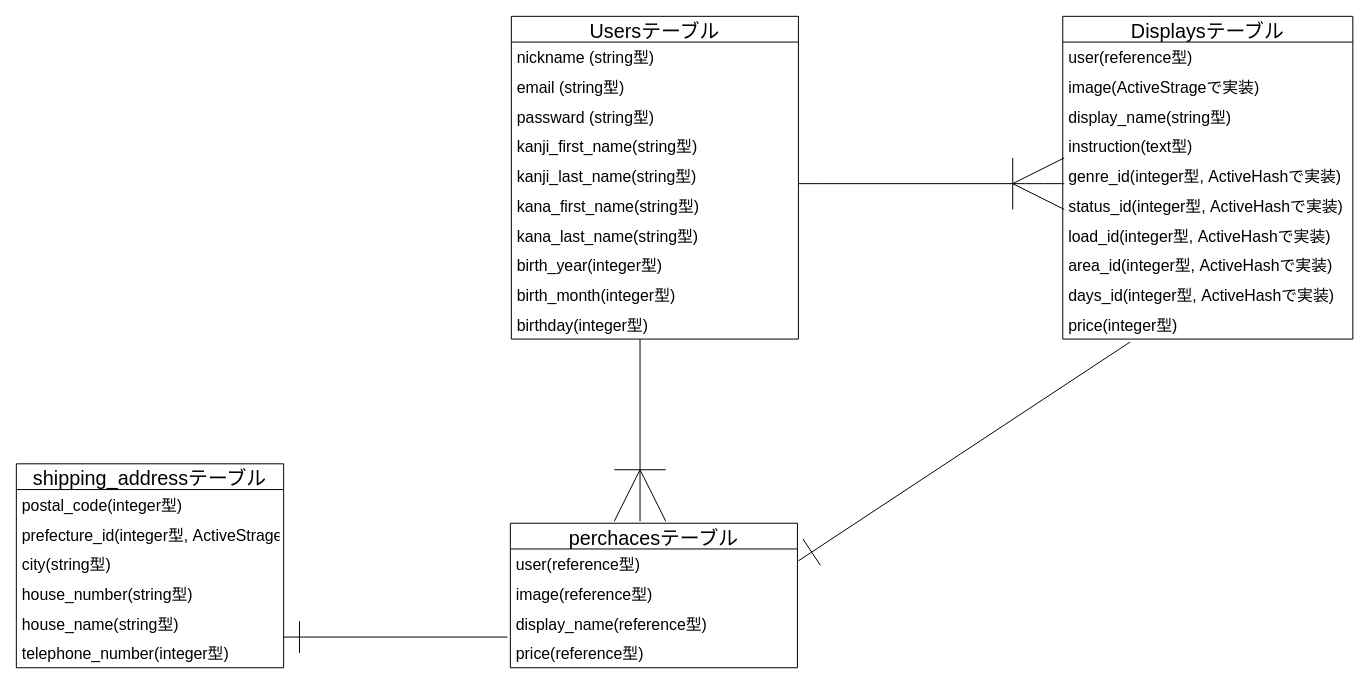
Earlier version of the draw.io diagram furima.dio (ryotechcamp/furima-36393). Source tidied: cells renumbered, new cells numbered last; positions are measured from the earlier drawing's top-left corner, leaving out a move shared by most shapes. Both pictures are drawn from the tidied source at 99%, with x=0, y=0 at pixel (16, 16).
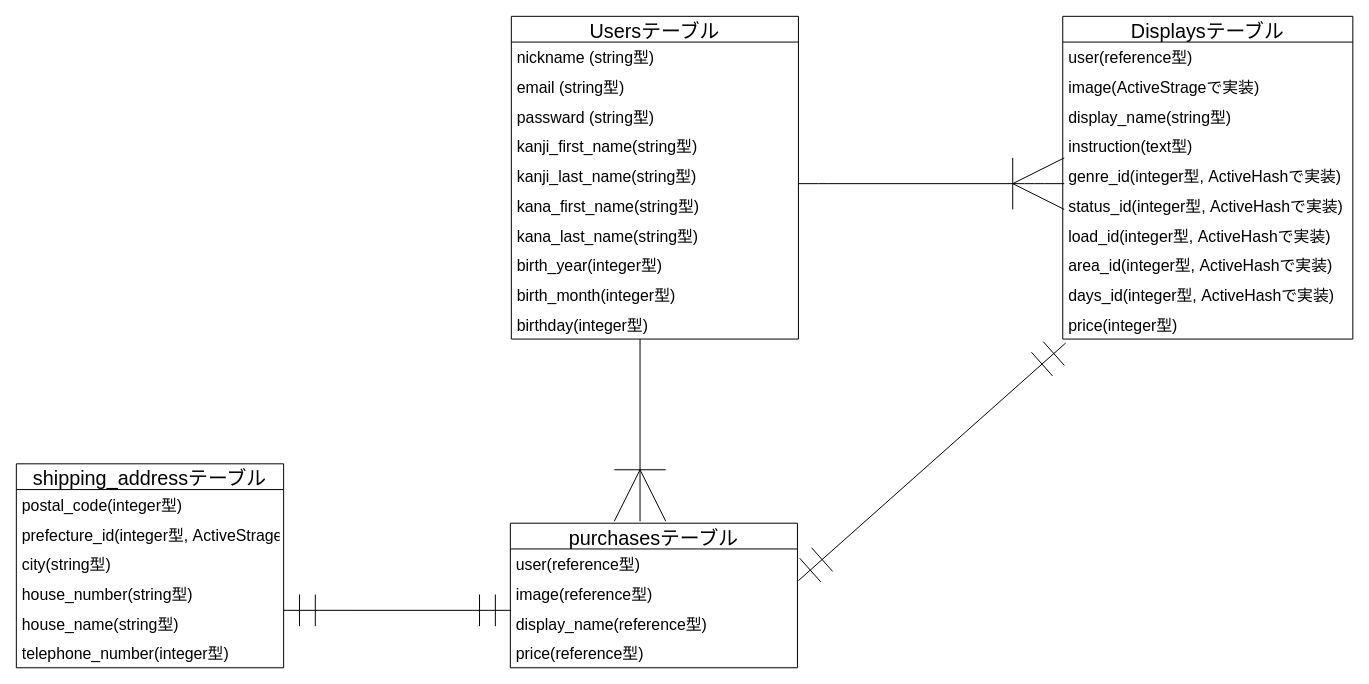
Above is the later version.

Commit message (it also covers changes not shown here):
テーブル設計

Unchanged cells that the change refers to:
```xml
<mxCell id="23" value="price(integer型)" style="text;strokeColor=none;fillColor=none;spacingLeft=4;spacingRight=4;overflow=hidden;points=[[0,0.5],[1,0.5]];portConstraint=eastwest;fontSize=16;" parent="13" vertex="1">
  <mxGeometry y="296" width="293" height="30" as="geometry" />
</mxCell>
<mxCell id="27" value="display_name(reference型)" style="text;strokeColor=none;fillColor=none;spacingLeft=4;spacingRight=4;overflow=hidden;points=[[0,0.5],[1,0.5]];portConstraint=eastwest;fontSize=16;" parent="24" vertex="1">
  <mxGeometry y="86" width="290" height="30" as="geometry" />
</mxCell>
<mxCell id="28" value="price(reference型)" style="text;strokeColor=none;fillColor=none;spacingLeft=4;spacingRight=4;overflow=hidden;points=[[0,0.5],[1,0.5]];portConstraint=eastwest;fontSize=16;" parent="24" vertex="1">
  <mxGeometry y="116" width="290" height="30" as="geometry" />
</mxCell>
```

The edit, as a diff of the source:
```diff
@@
-    <mxCell id="24" value="perchacesテーブル" style="swimlane;fontStyle=0;horizontal=1;startSize=26;align=center;fontSize=20;" parent="1" vertex="1">
+    <mxCell id="24" value="purchasesテーブル" style="swimlane;fontStyle=0;horizontal=1;startSize=26;align=center;fontSize=20;" parent="1" vertex="1">
       <mxGeometry x="499" y="512" width="290" height="146" as="geometry" />
     </mxCell>
@@
-    <mxCell id="38" style="fontSize=12;html=1;endArrow=ERone;endFill=1;startSize=30;endSize=30;exitX=0.232;exitY=1.1;exitDx=0;exitDy=0;exitPerimeter=0;" parent="1" edge="1" source="23">
-      <mxGeometry relative="1" as="geometry">
-        <mxPoint x="790" y="550" as="targetPoint" />
-      </mxGeometry>
-    </mxCell>
-    <mxCell id="39" style="fontSize=12;html=1;endArrow=ERone;endFill=1;startSize=30;endSize=30;exitX=-0.01;exitY=-0.033;exitDx=0;exitDy=0;exitPerimeter=0;" parent="1" edge="1" source="28">
-      <mxGeometry relative="1" as="geometry">
-        <mxPoint x="270" y="627" as="targetPoint" />
-        <Array as="points">
-          <mxPoint x="270" y="627" />
-        </Array>
-      </mxGeometry>
-    </mxCell>
+    <mxCell id="40" style="fontSize=12;html=1;endArrow=ERmandOne;startArrow=ERmandOne;startSize=30;endSize=30;entryX=0.01;entryY=1.133;entryDx=0;entryDy=0;entryPerimeter=0;" parent="1" edge="1" target="23">
+      <mxGeometry relative="1" as="geometry">
+        <mxPoint x="790" y="570" as="sourcePoint" />
+      </mxGeometry>
+    </mxCell>
+    <mxCell id="41" style="fontSize=12;html=1;endArrow=ERmandOne;startArrow=ERmandOne;startSize=30;endSize=30;entryX=0.003;entryY=0.067;entryDx=0;entryDy=0;entryPerimeter=0;" parent="1" edge="1" target="27">
+      <mxGeometry relative="1" as="geometry">
+        <mxPoint x="270" y="600" as="sourcePoint" />
+      </mxGeometry>
+    </mxCell>
```
